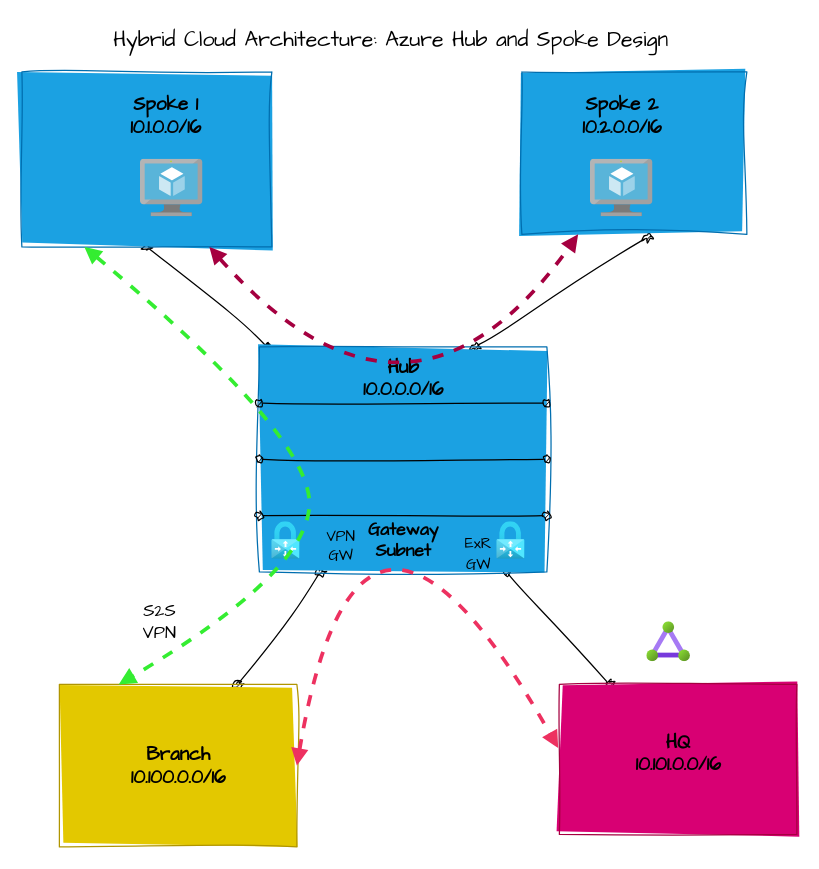
axsion/Architecture keeps this draw.io diagram as page "Single-Region" (1 of 2) of azure-networking/demo.drawio. Above is the earlier version. Source tidied: cells renumbered, new cells numbered last; positions are measured from the earlier drawing's top-left corner, leaving out a move shared by most shapes. Both pictures are drawn from the tidied source at 125%, with x=0, y=0 at pixel (21, 21).
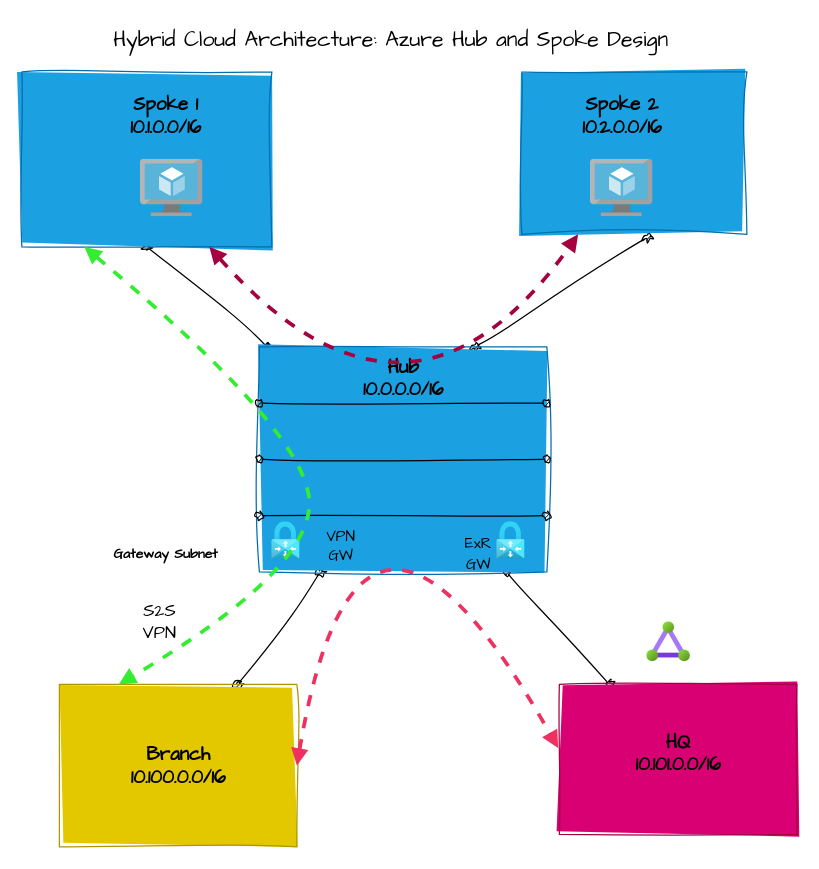
After the change.

The edit, as a diff of the source:
```diff
@@
-    <mxCell id="17" value="&lt;font size=&quot;1&quot; face=&quot;Comic Sans MS&quot;&gt;&lt;b style=&quot;font-size: 14px;&quot;&gt;Gateway &lt;br&gt;Subnet&lt;/b&gt;&lt;/font&gt;" style="text;html=1;align=center;verticalAlign=middle;strokeColor=none;fillColor=none;" parent="13" vertex="1">
-      <mxGeometry x="265" y="390" width="80" height="50" as="geometry" />
+    <mxCell id="17" value="&lt;font face=&quot;Comic Sans MS&quot; style=&quot;font-size: 11px;&quot;&gt;&lt;b style=&quot;font-size: 11px;&quot;&gt;Gateway Subnet&lt;/b&gt;&lt;/font&gt;" style="text;html=1;align=center;verticalAlign=middle;strokeColor=none;fillColor=none;fontSize=11;" parent="13" vertex="1">
+      <mxGeometry x="60" y="410" width="110" height="30" as="geometry" />
     </mxCell>
```
